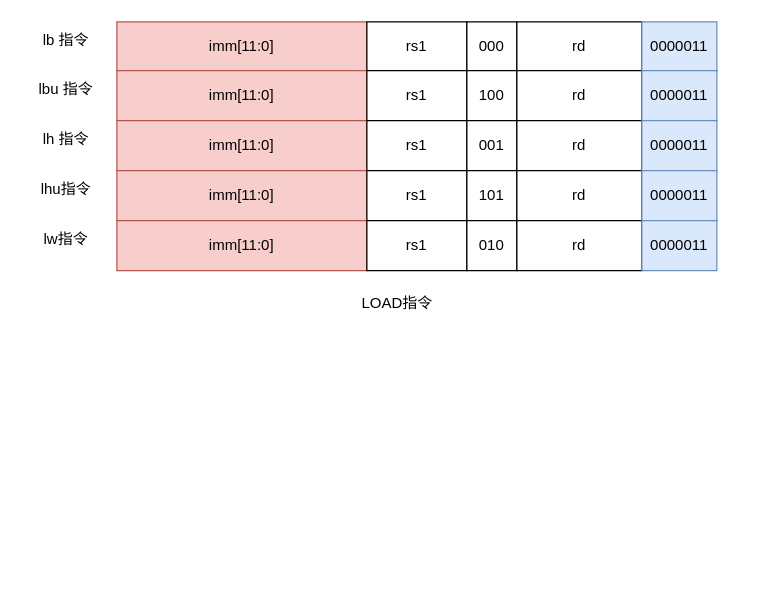
Vinson-001/Blog-flow-chart keeps this draw.io diagram as RV32I Load 与 Store.drawio. Above is the earlier version. Source tidied: cells renumbered, new cells numbered last; positions are measured from the earlier drawing's top-left corner, leaving out a move shared by most shapes. Both pictures are drawn from the tidied source at 125%, with x=0, y=0 at pixel (21, 21).
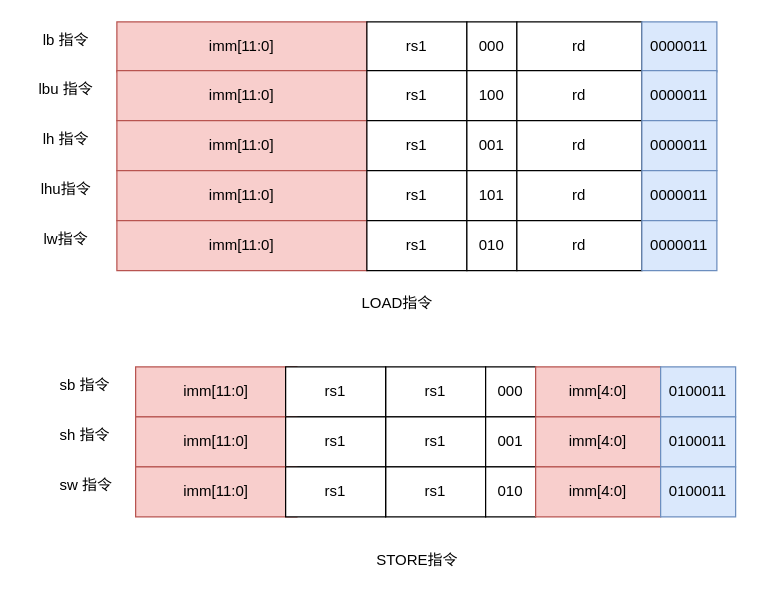
Above is the later version.

Diff of the diagram source:
```diff
@@
+    <mxCell id="38" value="sb 指令" style="text;html=1;align=center;verticalAlign=middle;strokeColor=none;fillColor=none;" parent="1" vertex="1">
+      <mxGeometry x="20" y="276" width="60" height="30" as="geometry" />
+    </mxCell>
+    <mxCell id="39" value="STORE指令" style="text;html=1;align=center;verticalAlign=middle;strokeColor=none;fillColor=none;" parent="1" vertex="1">
+      <mxGeometry x="271" y="416" width="90" height="30" as="geometry" />
+    </mxCell>
+    <mxCell id="40" style="group;" parent="1" vertex="1">
+      <mxGeometry x="91" y="276" width="480" height="40" as="geometry" />
+    </mxCell>
+    <mxCell id="41" value="imm[11:0]" style="rounded=0;whiteSpace=wrap;html=1;fillColor=#f8cecc;strokeColor=#b85450;" parent="40" vertex="1">
+      <mxGeometry width="129" height="40" as="geometry" />
+    </mxCell>
+    <mxCell id="42" value="rs1" style="rounded=0;whiteSpace=wrap;html=1;" parent="40" vertex="1">
+      <mxGeometry x="200" width="80" height="40" as="geometry" />
+    </mxCell>
+    <mxCell id="43" value="000" style="rounded=0;whiteSpace=wrap;html=1;" parent="40" vertex="1">
+      <mxGeometry x="280" width="40" height="40" as="geometry" />
+    </mxCell>
+    <mxCell id="44" value="imm[4:0]" style="rounded=0;whiteSpace=wrap;html=1;fillColor=#f8cecc;strokeColor=#b85450;" parent="40" vertex="1">
+      <mxGeometry x="320" width="100" height="40" as="geometry" />
+    </mxCell>
+    <mxCell id="45" value="0100011" style="rounded=0;whiteSpace=wrap;html=1;fillColor=#dae8fc;strokeColor=#6c8ebf;" parent="40" vertex="1">
+      <mxGeometry x="420" width="60" height="40" as="geometry" />
+    </mxCell>
+    <mxCell id="46" value="rs1" style="rounded=0;whiteSpace=wrap;html=1;" parent="40" vertex="1">
+      <mxGeometry x="120" width="80" height="40" as="geometry" />
+    </mxCell>
+    <mxCell id="47" style="group;" parent="1" vertex="1">
+      <mxGeometry x="91" y="316" width="480" height="40" as="geometry" />
+    </mxCell>
+    <mxCell id="48" value="imm[11:0]" style="rounded=0;whiteSpace=wrap;html=1;fillColor=#f8cecc;strokeColor=#b85450;" parent="47" vertex="1">
+      <mxGeometry width="129" height="40" as="geometry" />
+    </mxCell>
+    <mxCell id="49" value="rs1" style="rounded=0;whiteSpace=wrap;html=1;" parent="47" vertex="1">
+      <mxGeometry x="200" width="80" height="40" as="geometry" />
+    </mxCell>
+    <mxCell id="50" value="001" style="rounded=0;whiteSpace=wrap;html=1;" parent="47" vertex="1">
+      <mxGeometry x="280" width="40" height="40" as="geometry" />
+    </mxCell>
+    <mxCell id="51" value="imm[4:0]" style="rounded=0;whiteSpace=wrap;html=1;fillColor=#f8cecc;strokeColor=#b85450;" parent="47" vertex="1">
+      <mxGeometry x="320" width="100" height="40" as="geometry" />
+    </mxCell>
+    <mxCell id="52" value="0100011" style="rounded=0;whiteSpace=wrap;html=1;fillColor=#dae8fc;strokeColor=#6c8ebf;" parent="47" vertex="1">
+      <mxGeometry x="420" width="60" height="40" as="geometry" />
+    </mxCell>
+    <mxCell id="53" value="rs1" style="rounded=0;whiteSpace=wrap;html=1;" parent="47" vertex="1">
+      <mxGeometry x="120" width="80" height="40" as="geometry" />
+    </mxCell>
+    <mxCell id="54" value="sh 指令" style="text;html=1;align=center;verticalAlign=middle;strokeColor=none;fillColor=none;" parent="1" vertex="1">
+      <mxGeometry x="20" y="316" width="60" height="30" as="geometry" />
+    </mxCell>
+    <mxCell id="55" style="group;" parent="1" vertex="1">
+      <mxGeometry x="91" y="356" width="480" height="40" as="geometry" />
+    </mxCell>
+    <mxCell id="56" value="imm[11:0]" style="rounded=0;whiteSpace=wrap;html=1;fillColor=#f8cecc;strokeColor=#b85450;" parent="55" vertex="1">
+      <mxGeometry width="129" height="40" as="geometry" />
+    </mxCell>
+    <mxCell id="57" value="rs1" style="rounded=0;whiteSpace=wrap;html=1;" parent="55" vertex="1">
+      <mxGeometry x="200" width="80" height="40" as="geometry" />
+    </mxCell>
+    <mxCell id="58" value="010" style="rounded=0;whiteSpace=wrap;html=1;" parent="55" vertex="1">
+      <mxGeometry x="280" width="40" height="40" as="geometry" />
+    </mxCell>
+    <mxCell id="59" value="imm[4:0]" style="rounded=0;whiteSpace=wrap;html=1;fillColor=#f8cecc;strokeColor=#b85450;" parent="55" vertex="1">
+      <mxGeometry x="320" width="100" height="40" as="geometry" />
+    </mxCell>
+    <mxCell id="60" value="0100011" style="rounded=0;whiteSpace=wrap;html=1;fillColor=#dae8fc;strokeColor=#6c8ebf;" parent="55" vertex="1">
+      <mxGeometry x="420" width="60" height="40" as="geometry" />
+    </mxCell>
+    <mxCell id="61" value="rs1" style="rounded=0;whiteSpace=wrap;html=1;" parent="55" vertex="1">
+      <mxGeometry x="120" width="80" height="40" as="geometry" />
+    </mxCell>
+    <mxCell id="62" value="sw 指令" style="text;html=1;align=center;verticalAlign=middle;strokeColor=none;fillColor=none;" parent="1" vertex="1">
+      <mxGeometry x="16" y="356" width="70" height="30" as="geometry" />
+    </mxCell>
```
